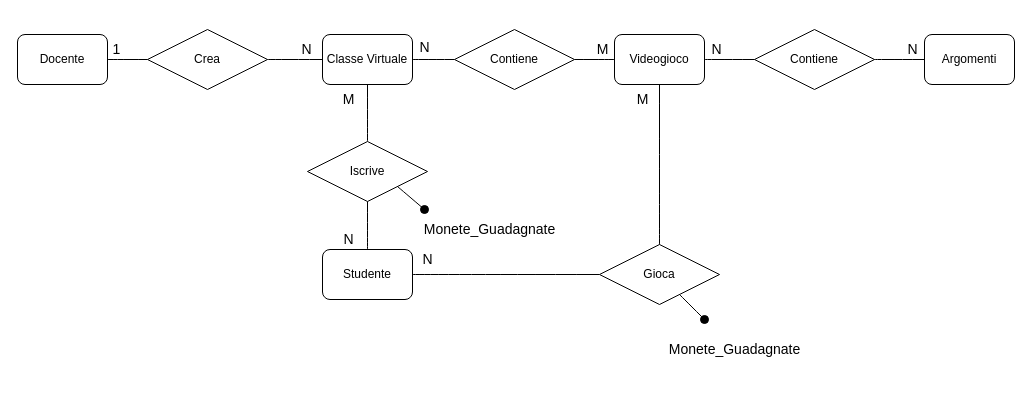
Before: ER.drawio in Smatjoy/Seconda-prova-Info-2023, a draw.io diagram. Source tidied: cells renumbered, new cells numbered last; positions are measured from the earlier drawing's top-left corner, leaving out a move shared by most shapes. Both pictures are drawn from the tidied source at 100%, with x=0, y=0 at pixel (17, 17).
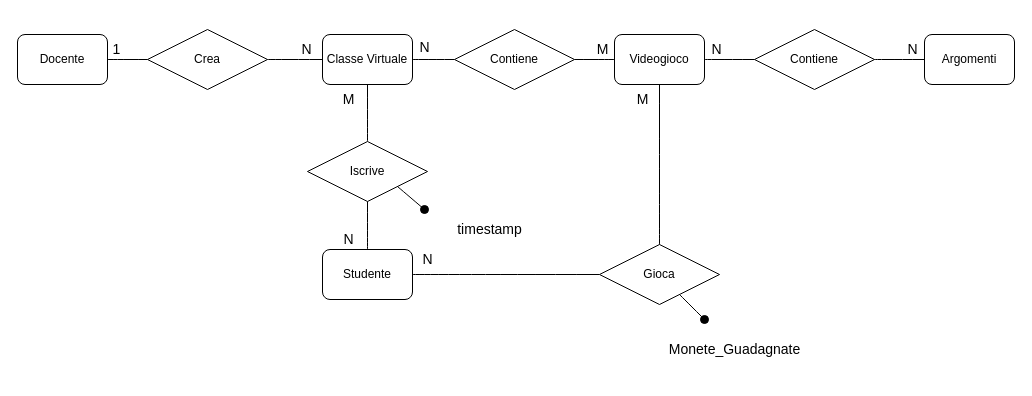
Above is the later version.

Commit message:
Corrected timestamp iscrizione

What changed in the source:
```diff
@@
-    <mxCell id="35" value="&lt;p style=&quot;line-height: 120%; font-size: 14px;&quot;&gt;&lt;font style=&quot;font-size: 14px;&quot;&gt;Monete_Guadagnate&lt;/font&gt;&lt;/p&gt;" style="text;html=1;align=center;verticalAlign=middle;strokeColor=none;fillColor=none;fontSize=14;" parent="1" vertex="1">
-      <mxGeometry x="392" y="182" width="160" height="60" as="geometry" />
+    <mxCell id="35" value="&lt;p style=&quot;line-height: 120%; font-size: 14px;&quot;&gt;&lt;font style=&quot;font-size: 14px;&quot;&gt;timestamp&lt;/font&gt;&lt;/p&gt;" style="text;html=1;align=center;verticalAlign=middle;strokeColor=none;fillColor=none;fontSize=14;" parent="1" vertex="1">
+      <mxGeometry x="427" y="182" width="90" height="60" as="geometry" />
     </mxCell>
```
